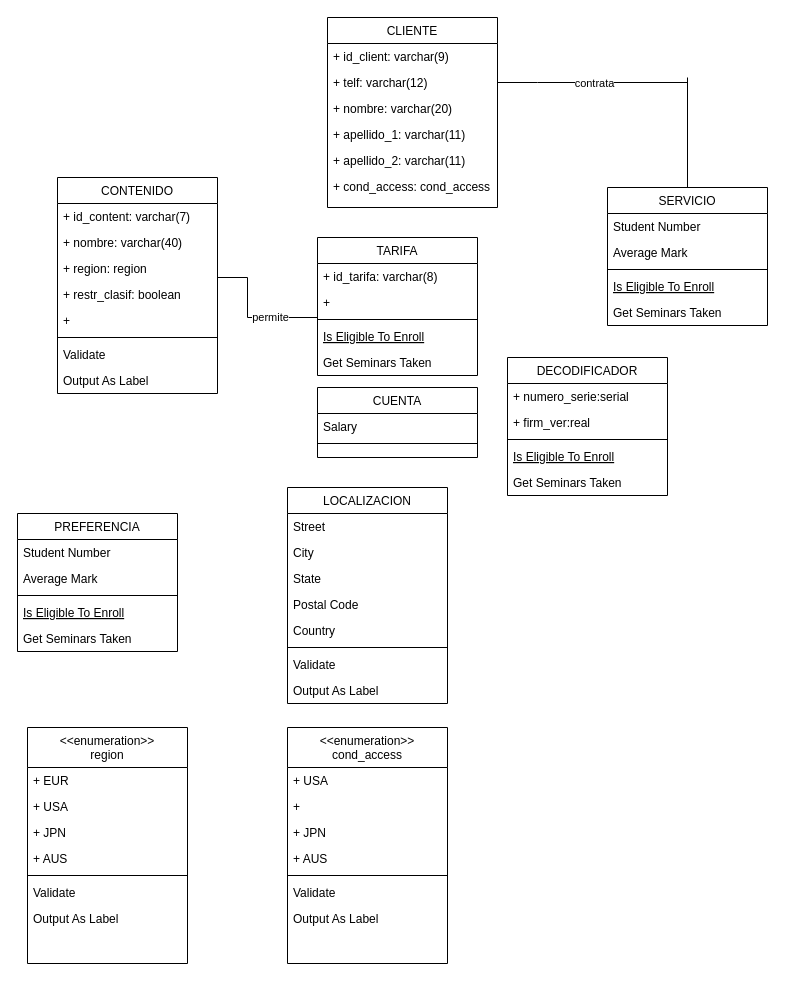
NyanCat6886/BasesDeDatosETSITGC keeps this draw.io diagram as PROYECTO1.drawio. Above is the earlier version. Source tidied: cells renumbered, new cells numbered last; positions are measured from the earlier drawing's top-left corner, leaving out a move shared by most shapes. Both pictures are drawn from the tidied source at 100%, with x=0, y=0 at pixel (17, 17).
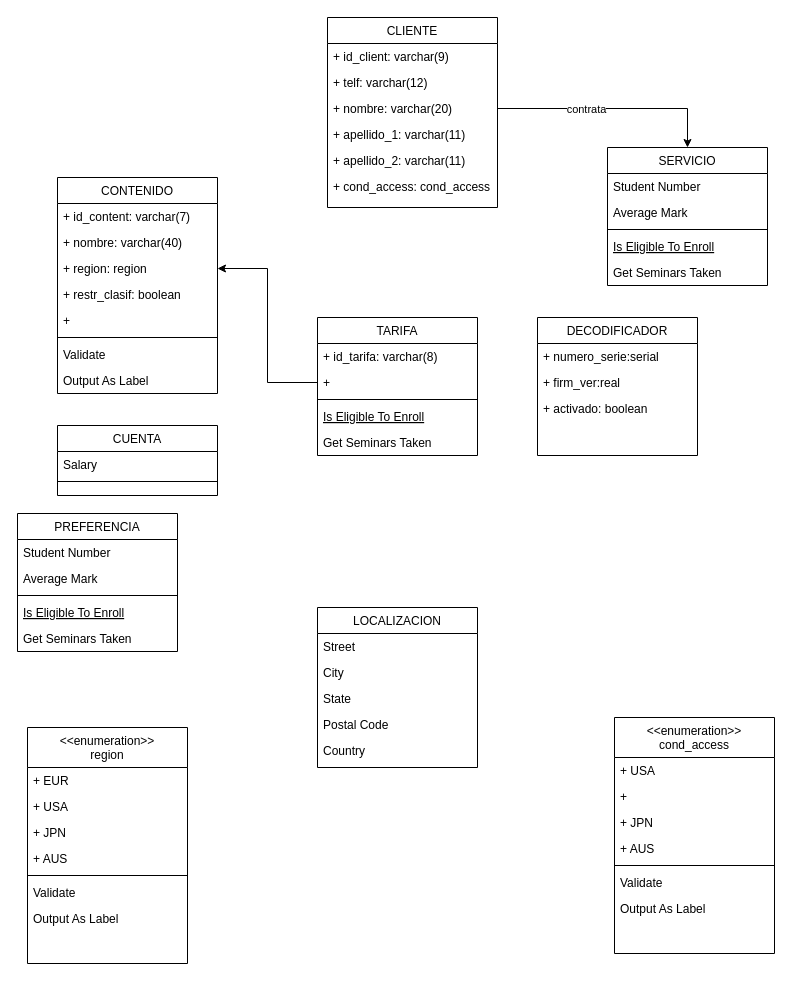
The same page after the edit.

Commit message:
vaya patata

Unchanged cells that the change refers to:
```xml
<mxCell id="2" value="CLIENTE" style="swimlane;fontStyle=0;align=center;verticalAlign=top;horizontal=1;startSize=26;rounded=0;shadow=0;strokeWidth=1;" parent="1" vertex="1">
  <mxGeometry x="310" width="170" height="190" as="geometry" />
</mxCell>
<mxCell id="4" value="+ telf: varchar(12)" style="text;align=left;verticalAlign=top;spacingLeft=4;spacingRight=4;overflow=hidden;points=[[0,0.5],[1,0.5]];portConstraint=eastwest;rounded=0;shadow=0;html=0;" parent="2" vertex="1">
  <mxGeometry y="52" width="170" height="26" as="geometry" />
</mxCell>
<mxCell id="5" value="+ nombre: varchar(20)" style="text;align=left;verticalAlign=top;spacingLeft=4;spacingRight=4;overflow=hidden;points=[[0,0.5],[1,0.5]];portConstraint=eastwest;rounded=0;shadow=0;html=0;" parent="2" vertex="1">
  <mxGeometry y="78" width="170" height="26" as="geometry" />
</mxCell>
<mxCell id="21" value="+ region: region" style="text;align=left;verticalAlign=top;spacingLeft=4;spacingRight=4;overflow=hidden;points=[[0,0.5],[1,0.5]];portConstraint=eastwest;rounded=0;shadow=0;html=0;" parent="18" vertex="1">
  <mxGeometry y="78" width="160" height="26" as="geometry" />
</mxCell>
<mxCell id="41" value="+ " style="text;align=left;verticalAlign=top;spacingLeft=4;spacingRight=4;overflow=hidden;points=[[0,0.5],[1,0.5]];portConstraint=eastwest;rounded=0;shadow=0;html=0;" parent="39" vertex="1">
  <mxGeometry y="52" width="160" height="26" as="geometry" />
</mxCell>
```

Diff of the diagram source:
```diff
@@
+    <mxCell id="77" style="edgeStyle=orthogonalEdgeStyle;rounded=0;orthogonalLoop=1;jettySize=auto;html=1;exitX=1;exitY=0.5;exitDx=0;exitDy=0;" parent="2" edge="1" source="5" target="5">
+      <mxGeometry relative="1" as="geometry" />
+    </mxCell>
@@
     <mxCell id="15" value="CUENTA" style="swimlane;fontStyle=0;align=center;verticalAlign=top;horizontal=1;startSize=26;rounded=0;shadow=0;strokeWidth=1;" parent="1" vertex="1">
-      <mxGeometry x="300" y="370" width="160" height="70" as="geometry" />
+      <mxGeometry x="40" y="408" width="160" height="70" as="geometry" />
     </mxCell>
@@
     <mxCell id="27" value="DECODIFICADOR" style="swimlane;fontStyle=0;align=center;verticalAlign=top;horizontal=1;startSize=26;rounded=0;shadow=0;strokeWidth=1;" parent="1" vertex="1">
-      <mxGeometry x="490" y="340" width="160" height="138" as="geometry" />
+      <mxGeometry x="520" y="300" width="160" height="138" as="geometry" />
     </mxCell>
@@
-    <mxCell id="30" style="line;html=1;strokeWidth=1;align=left;verticalAlign=middle;spacingTop=-1;spacingLeft=3;spacingRight=3;labelPosition=right;" parent="27" vertex="1">
-      <mxGeometry y="78" width="160" height="8" as="geometry" />
-    </mxCell>
-    <mxCell id="31" value="Is Eligible To Enroll" style="text;align=left;verticalAlign=top;spacingLeft=4;spacingRight=4;overflow=hidden;fontStyle=4;" parent="27" vertex="1">
-      <mxGeometry y="86" width="160" height="26" as="geometry" />
-    </mxCell>
-    <mxCell id="32" value="Get Seminars Taken" style="text;align=left;verticalAlign=top;spacingLeft=4;spacingRight=4;overflow=hidden;" parent="27" vertex="1">
-      <mxGeometry y="112" width="160" height="26" as="geometry" />
-    </mxCell>
+    <mxCell id="78" value="+ activado: boolean" style="text;align=left;verticalAlign=top;spacingLeft=4;spacingRight=4;overflow=hidden;rounded=0;shadow=0;html=0;" parent="27" vertex="1">
+      <mxGeometry y="78" width="160" height="26" as="geometry" />
+    </mxCell>
     <mxCell id="33" value="SERVICIO" style="swimlane;fontStyle=0;align=center;verticalAlign=top;horizontal=1;startSize=26;rounded=0;shadow=0;strokeWidth=1;" parent="1" vertex="1">
-      <mxGeometry x="590" y="170" width="160" height="138" as="geometry" />
+      <mxGeometry x="590" y="130" width="160" height="138" as="geometry" />
     </mxCell>
@@
     <mxCell id="39" value="TARIFA" style="swimlane;fontStyle=0;align=center;verticalAlign=top;horizontal=1;startSize=26;rounded=0;shadow=0;strokeWidth=1;" parent="1" vertex="1">
-      <mxGeometry x="300" y="220" width="160" height="138" as="geometry" />
+      <mxGeometry x="300" y="300" width="160" height="138" as="geometry" />
     </mxCell>
@@
     <mxCell id="45" value="LOCALIZACION" style="swimlane;fontStyle=0;align=center;verticalAlign=top;horizontal=1;startSize=26;rounded=0;shadow=0;strokeWidth=1;" parent="1" vertex="1">
-      <mxGeometry x="270" y="470" width="160" height="216" as="geometry" />
+      <mxGeometry x="300" y="590" width="160" height="160" as="geometry" />
     </mxCell>
@@
-    <mxCell id="51" style="line;html=1;strokeWidth=1;align=left;verticalAlign=middle;spacingTop=-1;spacingLeft=3;spacingRight=3;labelPosition=right;" parent="45" vertex="1">
-      <mxGeometry y="156" width="160" height="8" as="geometry" />
-    </mxCell>
-    <mxCell id="52" value="Validate" style="text;align=left;verticalAlign=top;spacingLeft=4;spacingRight=4;overflow=hidden;" parent="45" vertex="1">
-      <mxGeometry y="164" width="160" height="26" as="geometry" />
-    </mxCell>
-    <mxCell id="53" value="Output As Label" style="text;align=left;verticalAlign=top;spacingLeft=4;spacingRight=4;overflow=hidden;" parent="45" vertex="1">
-      <mxGeometry y="190" width="160" height="26" as="geometry" />
-    </mxCell>
@@
-    <mxCell id="62" style="endArrow=none;html=1;rounded=0;exitX=1;exitY=0.5;exitDx=0;exitDy=0;" parent="1" edge="1" source="4">
-      <mxGeometry relative="1" as="geometry">
-        <mxPoint x="670" y="65" as="targetPoint" />
-        <Array as="points">
-          <mxPoint x="520" y="65" />
-          <mxPoint x="560" y="65" />
-        </Array>
-      </mxGeometry>
-    </mxCell>
-    <mxCell id="63" value="contrata" style="edgeLabel;html=1;align=center;verticalAlign=middle;" parent="62" vertex="1">
-      <mxGeometry x="0.01" relative="1" as="geometry" />
-    </mxCell>
-    <mxCell id="64" style="endArrow=none;html=1;rounded=0;" parent="1" edge="1" target="33">
-      <mxGeometry relative="1" as="geometry">
-        <mxPoint x="670" y="60" as="sourcePoint" />
-      </mxGeometry>
-    </mxCell>
     <mxCell id="65" value="&lt;&lt;enumeration&gt;&gt;&#10;cond_access" style="swimlane;fontStyle=0;align=center;verticalAlign=top;horizontal=1;startSize=40;rounded=0;shadow=0;strokeWidth=1;" parent="1" vertex="1">
-      <mxGeometry x="270" y="710" width="160" height="236" as="geometry" />
+      <mxGeometry x="597" y="700" width="160" height="236" as="geometry" />
     </mxCell>
@@
-    <mxCell id="73" style="endArrow=none;html=1;rounded=0;" parent="1" edge="1">
-      <mxGeometry relative="1" as="geometry">
-        <mxPoint x="230" y="300" as="sourcePoint" />
-        <mxPoint x="300" y="300" as="targetPoint" />
-      </mxGeometry>
-    </mxCell>
-    <mxCell id="74" value="permite" style="edgeLabel;html=1;align=center;verticalAlign=middle;" parent="73" vertex="1">
-      <mxGeometry x="-0.38" y="1" relative="1" as="geometry" />
-    </mxCell>
-    <mxCell id="75" style="endArrow=none;html=1;rounded=0;" parent="1" edge="1">
-      <mxGeometry relative="1" as="geometry">
-        <mxPoint x="230" y="300" as="sourcePoint" />
-        <mxPoint x="230" y="260" as="targetPoint" />
-      </mxGeometry>
-    </mxCell>
-    <mxCell id="76" style="endArrow=none;html=1;rounded=0;" parent="1" edge="1">
-      <mxGeometry relative="1" as="geometry">
-        <mxPoint x="200" y="260" as="sourcePoint" />
-        <mxPoint x="230" y="260" as="targetPoint" />
-      </mxGeometry>
-    </mxCell>
+    <mxCell id="79" style="edgeStyle=orthogonalEdgeStyle;rounded=0;jettySize=auto;html=1;exitX=0;exitY=0.5;exitDx=0;exitDy=0;entryX=1;entryY=0.5;entryDx=0;entryDy=0;" parent="1" edge="1" source="41" target="21">
+      <mxGeometry relative="1" as="geometry" />
+    </mxCell>
+    <mxCell id="80" style="edgeStyle=orthogonalEdgeStyle;rounded=0;jettySize=auto;html=1;exitX=1;exitY=0.5;exitDx=0;exitDy=0;entryX=0.5;entryY=0;entryDx=0;entryDy=0;" parent="1" edge="1" source="5" target="33">
+      <mxGeometry relative="1" as="geometry" />
+    </mxCell>
+    <mxCell id="63" value="contrata" style="edgeLabel;html=1;align=center;verticalAlign=middle;" parent="80" vertex="1">
+      <mxGeometry x="-0.23" relative="1" as="geometry" />
+    </mxCell>
```
